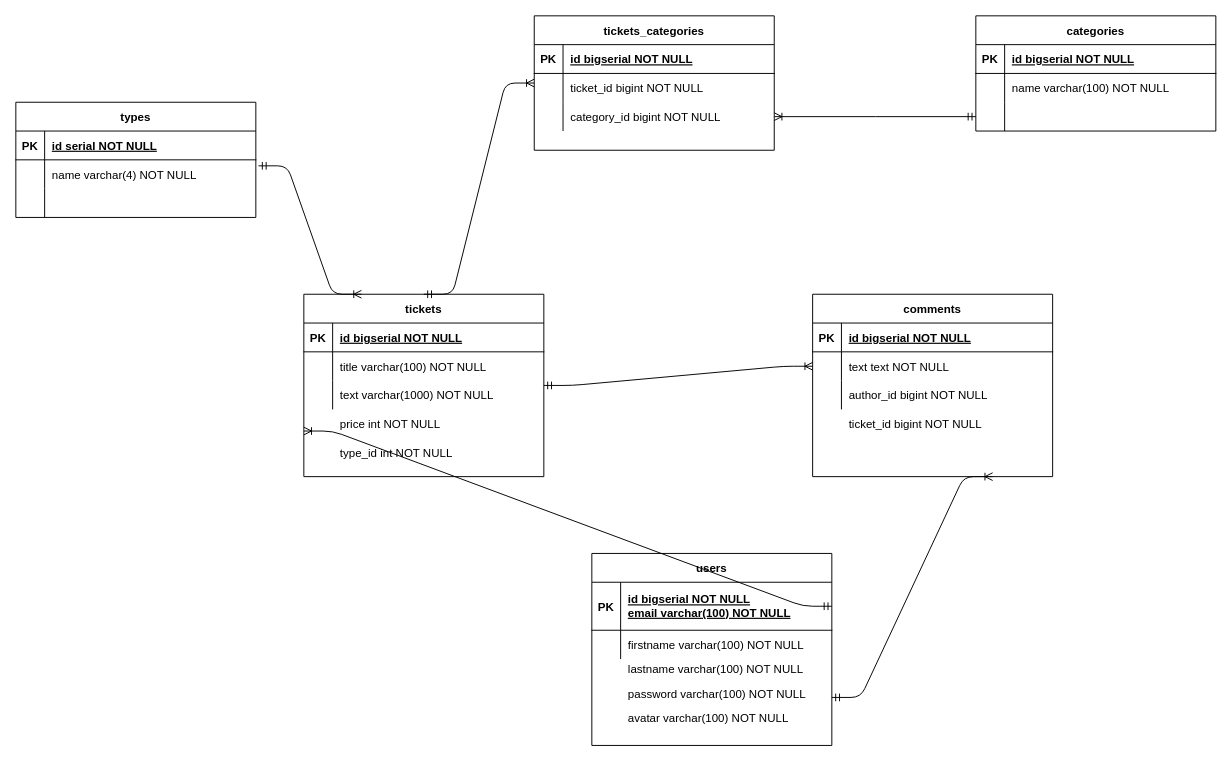
The draw.io diagram db-models/logical-model.drawio in htmlacademy-nodejs/1103621-buy-and-sell-3, before the edit. Source tidied: cells renumbered, new cells numbered last; positions are measured from the earlier drawing's top-left corner, leaving out a move shared by most shapes. Both pictures are drawn from the tidied source at 96%, with x=0, y=0 at pixel (15, 15).
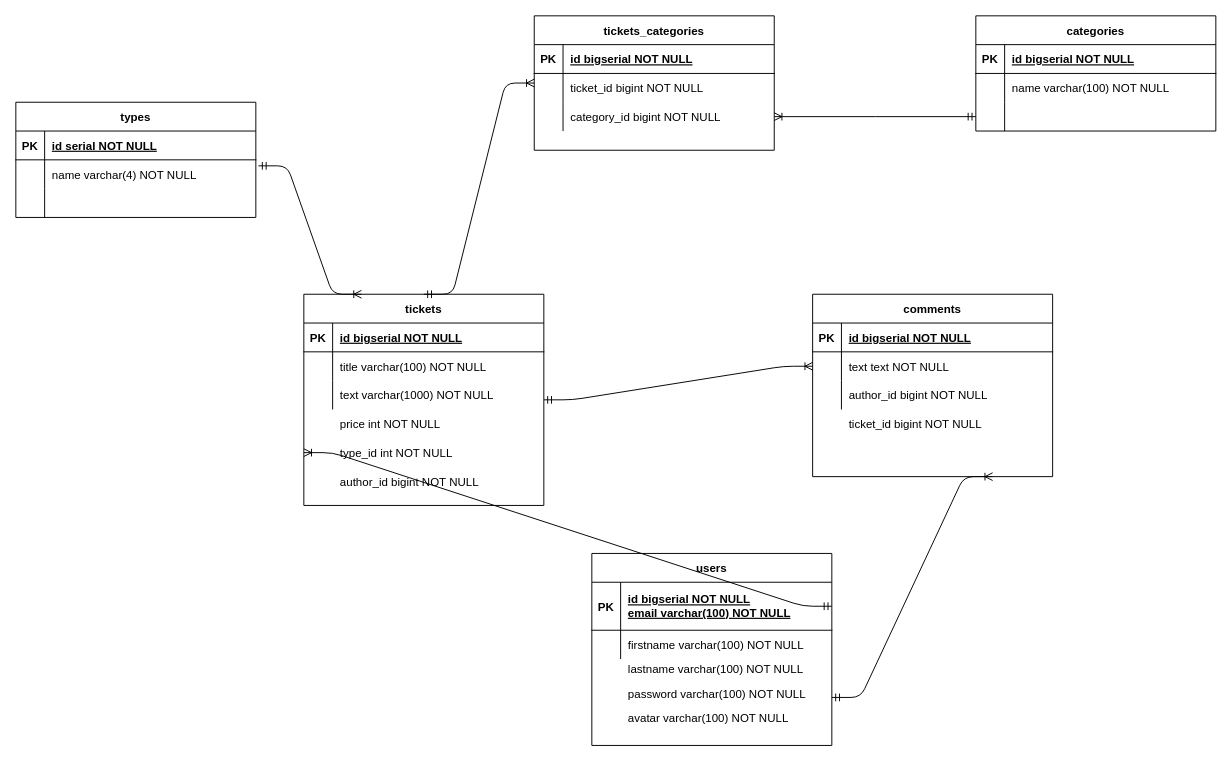
Above is the later version.

What changed in the source:
```diff
@@
     <mxCell id="14" value="tickets" style="shape=table;startSize=30;childLayout=tableLayout;rowLines=0;fontStyle=1;align=center;" parent="1" vertex="1">
-      <mxGeometry x="300" y="290" width="250" height="190" as="geometry" />
+      <mxGeometry x="300" y="290" width="250" height="220" as="geometry" />
     </mxCell>
@@
+    <mxCell id="72" value="author_id bigint NOT NULL" style="shape=partialRectangle;overflow=hidden;fillColor=none;top=0;left=0;bottom=0;right=0;align=left;spacingLeft=6;" parent="1" vertex="1">
+      <mxGeometry x="330" y="470" width="220" height="30" as="geometry" />
+    </mxCell>
```
